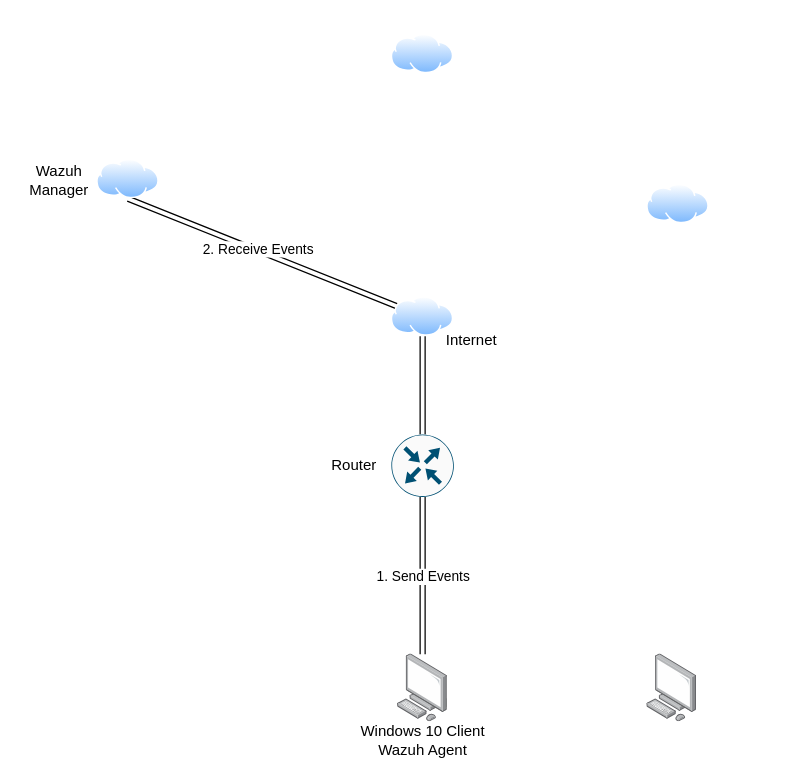
Above: SOC-Automation.drawio in Hash-Horizon/SOC-Automation (draw.io), before the change. Source tidied: cells renumbered, new cells numbered last; positions are measured from the earlier drawing's top-left corner, leaving out a move shared by most shapes. Both pictures are drawn from the tidied source at 125%, with x=0, y=0 at pixel (21, 34).
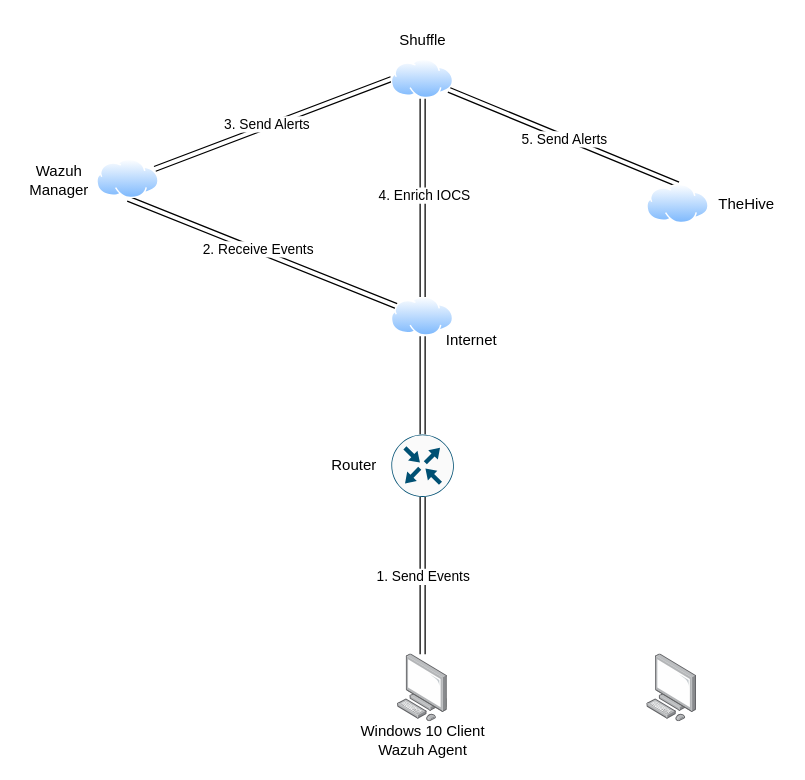
After the change.

The change refers to these unchanged cells:
```xml
<mxCell id="7" style="image;perimeter=ellipsePerimeter;html=1;align=center;shadow=0;dashed=0;spacingTop=3;image=img/lib/active_directory/internet_cloud.svg;" parent="1" vertex="1">
  <mxGeometry x="295.6" y="210" width="50" height="31.5" as="geometry" />
</mxCell>
<mxCell id="8" style="image;perimeter=ellipsePerimeter;html=1;align=center;shadow=0;dashed=0;spacingTop=3;image=img/lib/active_directory/internet_cloud.svg;" parent="1" vertex="1">
  <mxGeometry x="60" y="100" width="50" height="31.5" as="geometry" />
</mxCell>
<mxCell id="10" style="image;perimeter=ellipsePerimeter;html=1;align=center;shadow=0;dashed=0;spacingTop=3;image=img/lib/active_directory/internet_cloud.svg;" parent="1" vertex="1">
  <mxGeometry x="500" y="120" width="50" height="31.5" as="geometry" />
</mxCell>
```

What changed in the source:
```diff
@@
+    <mxCell id="18" style="rounded=0;jettySize=auto;html=1;entryX=0;entryY=0.5;entryDx=0;entryDy=0;shape=link;" parent="1" edge="1" source="8" target="9">
+      <mxGeometry relative="1" as="geometry" />
+    </mxCell>
+    <mxCell id="19" value="3. Send Alerts" style="edgeLabel;html=1;align=center;verticalAlign=middle;" parent="18" vertex="1">
+      <mxGeometry x="-0.05" y="2" relative="1" as="geometry" />
+    </mxCell>
@@
+    <mxCell id="20" style="edgeStyle=orthogonalEdgeStyle;rounded=0;jettySize=auto;html=1;entryX=0.5;entryY=0;entryDx=0;entryDy=0;shape=link;" parent="1" edge="1" source="9" target="7">
+      <mxGeometry relative="1" as="geometry" />
+    </mxCell>
+    <mxCell id="21" value="4. Enrich IOCS" style="edgeLabel;html=1;align=center;verticalAlign=middle;" parent="20" vertex="1">
+      <mxGeometry x="-0.03" y="1" relative="1" as="geometry" />
+    </mxCell>
+    <mxCell id="22" style="rounded=0;jettySize=auto;html=1;entryX=0.5;entryY=0;entryDx=0;entryDy=0;shape=link;" parent="1" edge="1" source="9" target="10">
+      <mxGeometry relative="1" as="geometry" />
+    </mxCell>
+    <mxCell id="23" value="5. Send Alerts" style="edgeLabel;html=1;align=center;verticalAlign=middle;" parent="22" vertex="1">
+      <mxGeometry x="0.01" y="-1" relative="1" as="geometry" />
+    </mxCell>
     <mxCell id="9" style="image;perimeter=ellipsePerimeter;html=1;align=center;shadow=0;dashed=0;spacingTop=3;image=img/lib/active_directory/internet_cloud.svg;" parent="1" vertex="1">
-      <mxGeometry x="295.6" width="50" height="31.5" as="geometry" />
+      <mxGeometry x="295.6" y="20" width="50" height="31.5" as="geometry" />
     </mxCell>
@@
+    <mxCell id="24" value="Shuffle" style="text;strokeColor=none;align=center;fillColor=none;html=1;verticalAlign=middle;whiteSpace=wrap;rounded=0;" parent="1" vertex="1">
+      <mxGeometry x="290.6" y="-10" width="60" height="30" as="geometry" />
+    </mxCell>
+    <mxCell id="25" value="TheHive" style="text;strokeColor=none;align=center;fillColor=none;html=1;verticalAlign=middle;whiteSpace=wrap;rounded=0;" parent="1" vertex="1">
+      <mxGeometry x="550" y="120.8" width="60" height="30" as="geometry" />
+    </mxCell>
```
